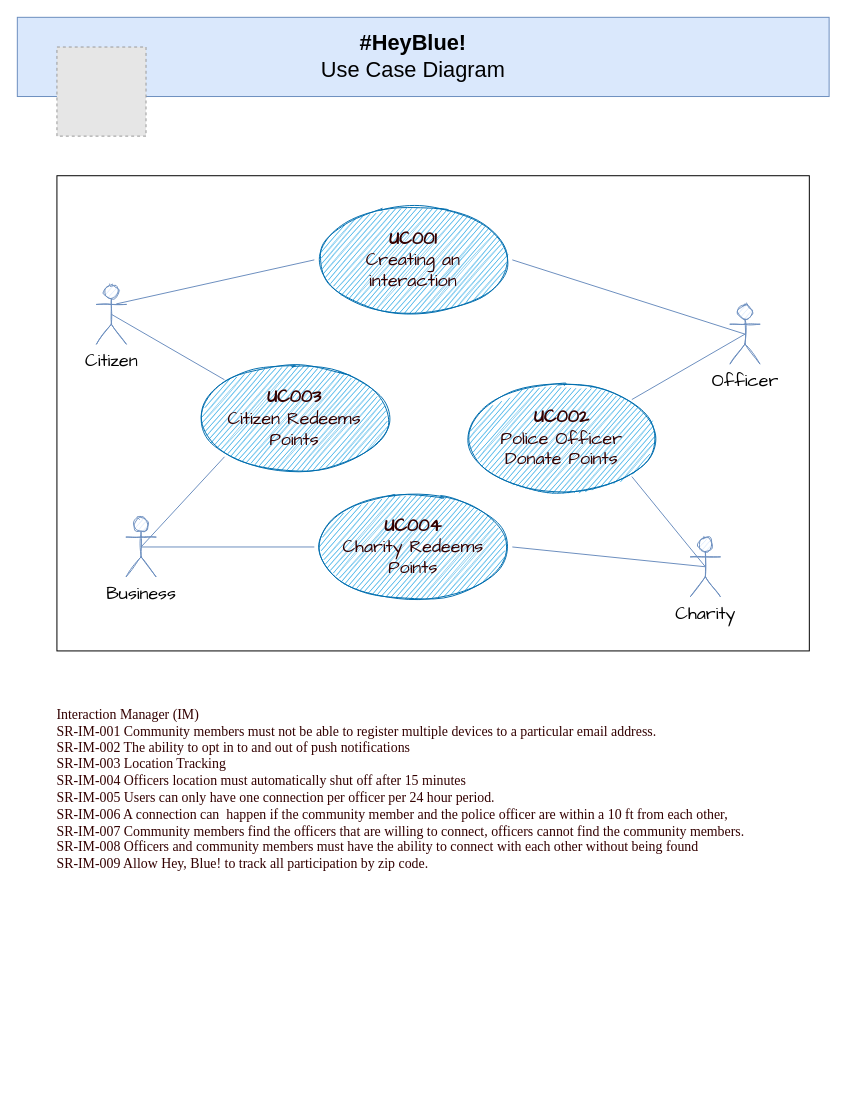
This is Requirements/Use Cases/Use Cases.drawio from ITDependsQ42022/Hey-Blue, a draw.io file, before an edit. Source tidied: cells renumbered, new cells numbered last; positions are measured from the earlier drawing's top-left corner, leaving out a move shared by most shapes. Both pictures are drawn from the tidied source at 99%, with x=0, y=0 at pixel (17, 17). Pictures stored in the file or linked from it are replaced by grey dashed boxes.
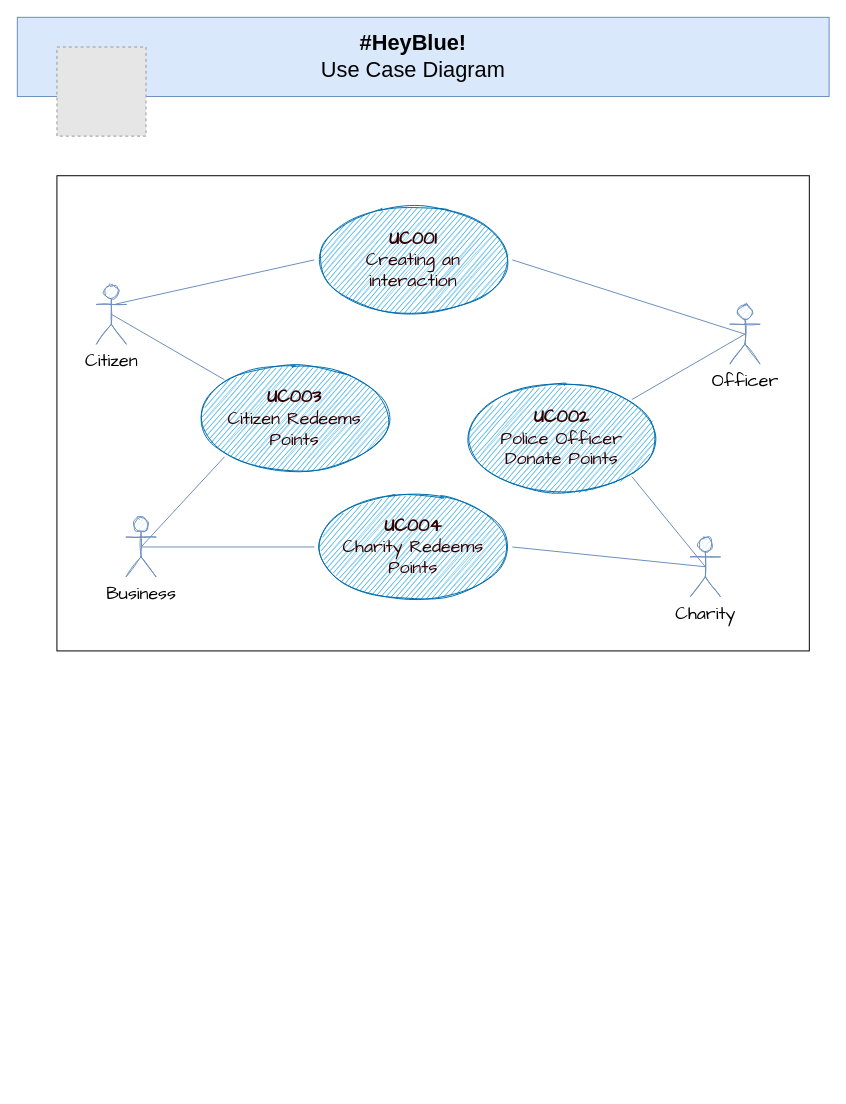
After the change.

Diff of the diagram source:
```diff
@@
-    <mxCell id="21" value="&lt;p style=&quot;line-height: 1.4;&quot;&gt;&lt;/p&gt;&lt;div style=&quot;font-size: 14px;&quot;&gt;&lt;font style=&quot;font-size: 14px;&quot;&gt;Interaction Manager (IM)&#9;&lt;/font&gt;&lt;/div&gt;&lt;div style=&quot;font-size: 14px;&quot;&gt;&lt;font style=&quot;font-size: 14px;&quot;&gt;SR-IM-001&lt;span style=&quot;&quot;&gt;&#9;&lt;/span&gt;Community members must not be able to register multiple devices to a particular email address.&lt;/font&gt;&lt;/div&gt;&lt;div style=&quot;font-size: 14px;&quot;&gt;&lt;font style=&quot;font-size: 14px;&quot;&gt;SR-IM-002&lt;span style=&quot;&quot;&gt;&#9;&lt;/span&gt;The ability to opt in to and out of push notifications&amp;nbsp;&lt;/font&gt;&lt;/div&gt;&lt;div style=&quot;font-size: 14px;&quot;&gt;&lt;font style=&quot;font-size: 14px;&quot;&gt;SR-IM-003&lt;span style=&quot;&quot;&gt;&#9;&lt;/span&gt;Location Tracking&amp;nbsp;&lt;/font&gt;&lt;/div&gt;&lt;div style=&quot;font-size: 14px;&quot;&gt;&lt;font style=&quot;font-size: 14px;&quot;&gt;SR-IM-004&lt;span style=&quot;&quot;&gt;&#9;&lt;/span&gt;Officers location must automatically shut off after 15 minutes&amp;nbsp;&lt;/font&gt;&lt;/div&gt;&lt;div style=&quot;font-size: 14px;&quot;&gt;&lt;font style=&quot;font-size: 14px;&quot;&gt;SR-IM-005&lt;span style=&quot;&quot;&gt;&#9;&lt;/span&gt;Users can only have one connection per officer per 24 hour period.&amp;nbsp;&lt;/font&gt;&lt;/div&gt;&lt;div style=&quot;font-size: 14px;&quot;&gt;&lt;font style=&quot;font-size: 14px;&quot;&gt;SR-IM-006&lt;span style=&quot;&quot;&gt;&#9;&lt;/span&gt;A connection can&amp;nbsp; happen if the community member and the police officer are within a 10 ft from each other,&lt;/font&gt;&lt;/div&gt;&lt;div style=&quot;font-size: 14px;&quot;&gt;&lt;font style=&quot;font-size: 14px;&quot;&gt;SR-IM-007&lt;span style=&quot;&quot;&gt;&#9;&lt;/span&gt;Community members find the officers that are willing to connect, officers cannot find the community members.&amp;nbsp;&amp;nbsp;&lt;/font&gt;&lt;/div&gt;&lt;div style=&quot;font-size: 14px;&quot;&gt;&lt;font style=&quot;font-size: 14px;&quot;&gt;SR-IM-008&lt;span style=&quot;&quot;&gt;&#9;&lt;/span&gt;Officers and community members must have the ability to connect with each other without being found&amp;nbsp;&lt;/font&gt;&lt;/div&gt;&lt;div style=&quot;font-size: 14px;&quot;&gt;&lt;font style=&quot;font-size: 14px;&quot;&gt;SR-IM-009&lt;span style=&quot;&quot;&gt;&#9;&lt;/span&gt;Allow Hey, Blue! to track all participation by zip code.&amp;nbsp;&lt;/font&gt;&lt;/div&gt;&lt;div style=&quot;font-size: 14px;&quot;&gt;&lt;br&gt;&lt;/div&gt;&lt;p&gt;&lt;/p&gt;" style="text;html=1;strokeColor=none;fillColor=none;align=left;verticalAlign=top;whiteSpace=wrap;rounded=0;fontFamily=Times New Roman;fontColor=#330000;spacing=0;" parent="1" vertex="1">
-      <mxGeometry x="40" y="680" width="770" height="400" as="geometry" />
-    </mxCell>
```
